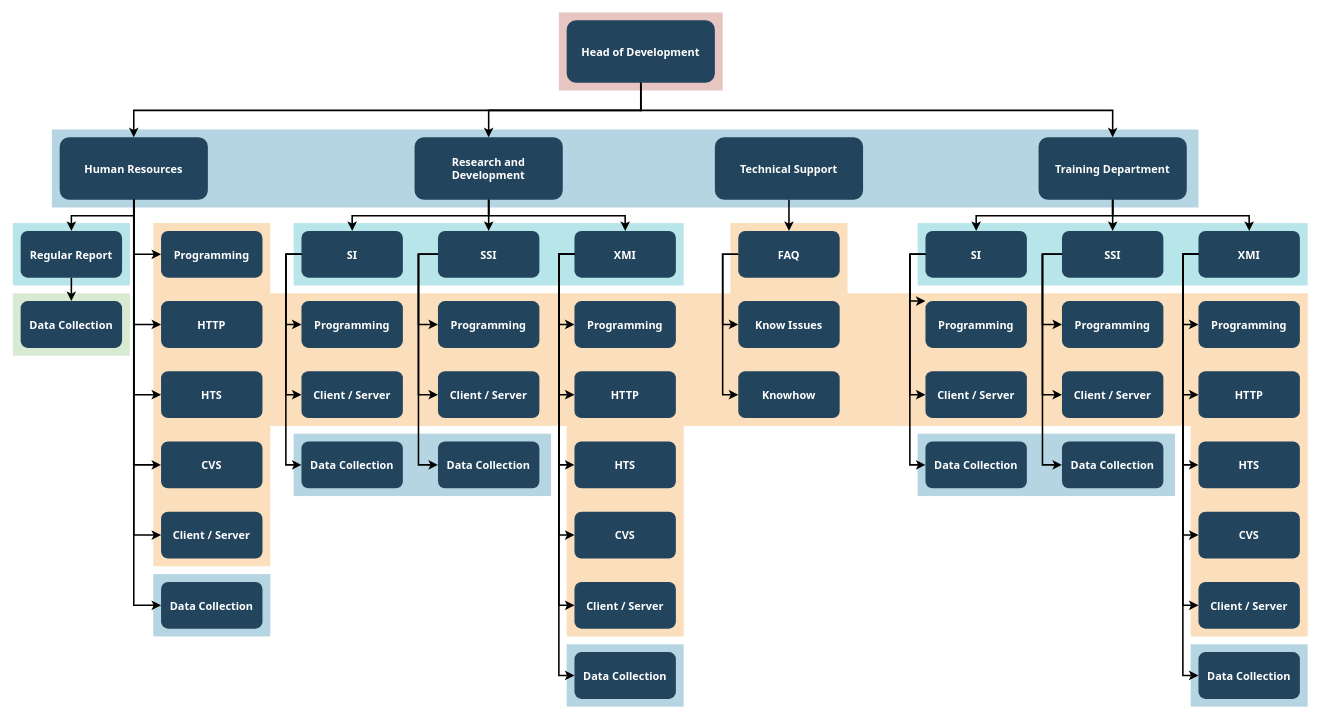
RaneyDazed/BUS-225-Mind-Map keeps this draw.io diagram as draw/Untitled Diagram.drawio. Above is the earlier version. Source tidied: cells renumbered, new cells numbered last; positions are measured from the earlier drawing's top-left corner, leaving out a move shared by most shapes. Both pictures are drawn from the tidied source at 78%, with x=0, y=0 at pixel (12, 12).
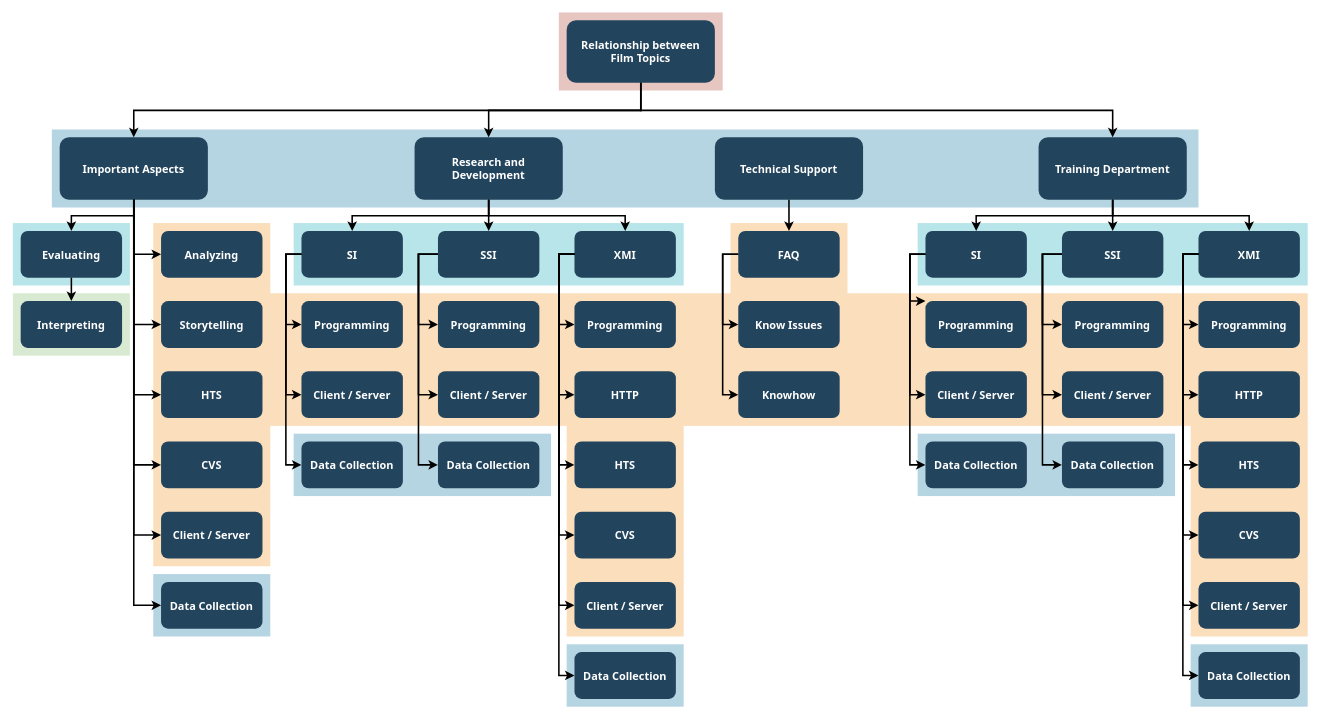
Above is the later version.

The edit, as a diff of the source:
```diff
@@
-    <mxCell id="18" value="Head of Development" style="rounded=1;fillColor=#23445D;gradientColor=none;strokeColor=none;fontColor=#FFFFFF;fontStyle=1;fontFamily=Tahoma;fontSize=14;" parent="1" vertex="1">
+    <mxCell id="18" value="Relationship between&#10;Film Topics" style="rounded=1;fillColor=#23445D;gradientColor=none;strokeColor=none;fontColor=#FFFFFF;fontStyle=1;fontFamily=Tahoma;fontSize=14;" parent="1" vertex="1">
       <mxGeometry x="710" y="9.5" width="190" height="80" as="geometry" />
     </mxCell>
@@
-    <mxCell id="23" value="Human Resources" style="rounded=1;fillColor=#23445D;gradientColor=none;strokeColor=none;fontColor=#FFFFFF;fontStyle=1;fontFamily=Tahoma;fontSize=14;" parent="1" vertex="1">
+    <mxCell id="23" value="Important Aspects" style="rounded=1;fillColor=#23445D;gradientColor=none;strokeColor=none;fontColor=#FFFFFF;fontStyle=1;fontFamily=Tahoma;fontSize=14;" parent="1" vertex="1">
       <mxGeometry x="60" y="159.5" width="190" height="80" as="geometry" />
     </mxCell>
-    <mxCell id="24" value="Regular Report" style="rounded=1;fillColor=#23445D;gradientColor=none;strokeColor=none;fontColor=#FFFFFF;fontStyle=1;fontFamily=Tahoma;fontSize=14;" parent="1" vertex="1">
+    <mxCell id="24" value="Evaluating" style="rounded=1;fillColor=#23445D;gradientColor=none;strokeColor=none;fontColor=#FFFFFF;fontStyle=1;fontFamily=Tahoma;fontSize=14;" parent="1" vertex="1">
       <mxGeometry x="10" y="279.5" width="130" height="60" as="geometry" />
     </mxCell>
-    <mxCell id="25" value="Data Collection" style="rounded=1;fillColor=#23445D;gradientColor=none;strokeColor=none;fontColor=#FFFFFF;fontStyle=1;fontFamily=Tahoma;fontSize=14;" parent="1" vertex="1">
+    <mxCell id="25" value="Interpreting" style="rounded=1;fillColor=#23445D;gradientColor=none;strokeColor=none;fontColor=#FFFFFF;fontStyle=1;fontFamily=Tahoma;fontSize=14;" parent="1" vertex="1">
       <mxGeometry x="10" y="369.5" width="130" height="60" as="geometry" />
     </mxCell>
-    <mxCell id="26" value="Programming" style="rounded=1;fillColor=#23445D;gradientColor=none;strokeColor=none;fontColor=#FFFFFF;fontStyle=1;fontFamily=Tahoma;fontSize=14;" parent="1" vertex="1">
+    <mxCell id="26" value="Analyzing" style="rounded=1;fillColor=#23445D;gradientColor=none;strokeColor=none;fontColor=#FFFFFF;fontStyle=1;fontFamily=Tahoma;fontSize=14;" parent="1" vertex="1">
       <mxGeometry x="190" y="279.5" width="130" height="60" as="geometry" />
     </mxCell>
-    <mxCell id="27" value="HTTP" style="rounded=1;fillColor=#23445D;gradientColor=none;strokeColor=none;fontColor=#FFFFFF;fontStyle=1;fontFamily=Tahoma;fontSize=14;" parent="1" vertex="1">
+    <mxCell id="27" value="Storytelling" style="rounded=1;fillColor=#23445D;gradientColor=none;strokeColor=none;fontColor=#FFFFFF;fontStyle=1;fontFamily=Tahoma;fontSize=14;" parent="1" vertex="1">
       <mxGeometry x="190" y="369.5" width="130" height="60" as="geometry" />
     </mxCell>
```
